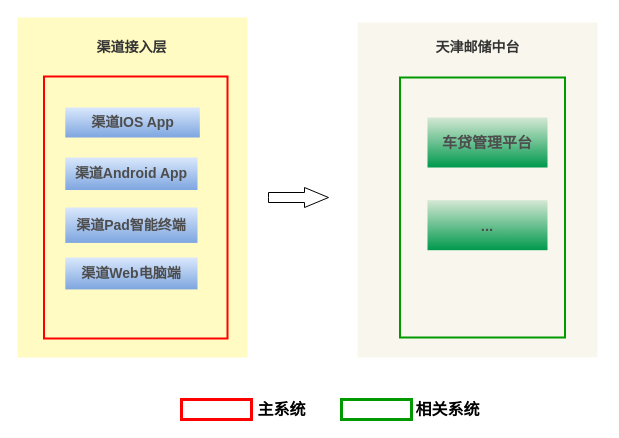
This is Untitled Diagram.drawio from gxhslcww/scala, a draw.io file, before an edit. Source tidied: cells renumbered, new cells numbered last; positions are measured from the earlier drawing's top-left corner, leaving out a move shared by most shapes. Both pictures are drawn from the tidied source at 100%, with x=0, y=0 at pixel (17, 17).
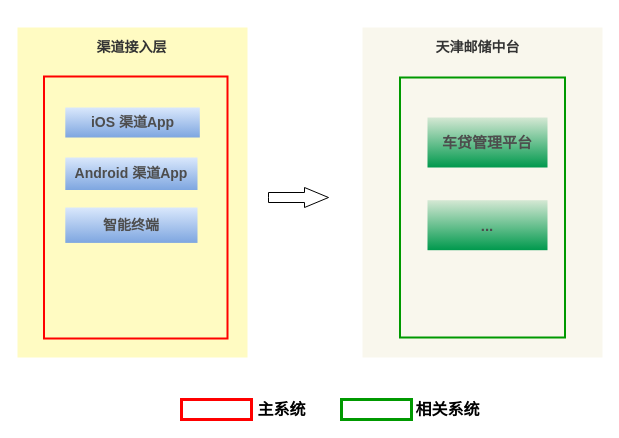
After the change.

Diff of the diagram source:
```diff
@@
 <mxGraphModel>
   <root>
     <mxCell id="0" />
     <mxCell id="1" parent="0" />
     <mxCell id="2" style="verticalLabelPosition=bottom;verticalAlign=top;html=1;shape=mxgraph.basic.rect;fillColor2=none;strokeWidth=1;size=20;indent=5;fillColor=#f9f7ed;strokeColor=none;" parent="1" vertex="1">
-      <mxGeometry x="340" y="5" width="240" height="335" as="geometry" />
+      <mxGeometry x="345" y="10" width="240" height="330" as="geometry" />
     </mxCell>
     <mxCell id="3" style="verticalLabelPosition=bottom;verticalAlign=top;html=1;shape=mxgraph.basic.rect;fillColor2=none;strokeWidth=1;size=20;indent=5;fillColor=#FFFBC2;strokeColor=none;" parent="1" vertex="1">
-      <mxGeometry width="230" height="340" as="geometry" />
+      <mxGeometry y="10" width="230" height="330" as="geometry" />
     </mxCell>
     <mxCell id="4" style="rounded=0;whiteSpace=wrap;html=1;fontSize=14;fillColor=none;strokeColor=#009900;strokeWidth=2;glass=0;shadow=0;sketch=0;" parent="1" vertex="1">
       <mxGeometry x="382.5" y="60" width="165" height="260" as="geometry" />
     </mxCell>
     <mxCell id="5" style="rounded=0;whiteSpace=wrap;html=1;fontSize=14;fontColor=#ffffff;fillColor=none;strokeColor=#FF0000;strokeWidth=2;" parent="1" vertex="1">
       <mxGeometry x="26.5" y="59" width="183.5" height="262" as="geometry" />
     </mxCell>
-    <mxCell id="6" value="&lt;div&gt;&lt;b&gt;&lt;font color=&quot;#4d4d4d&quot; style=&quot;font-size: 14px&quot;&gt;渠道IOS App&lt;/font&gt;&lt;/b&gt;&lt;/div&gt;" style="rounded=0;whiteSpace=wrap;html=1;strokeColor=none;fillColor=#dae8fc;gradientColor=#7ea6e0;align=center;" parent="1" vertex="1">
+    <mxCell id="6" value="&lt;font color=&quot;#4d4d4d&quot;&gt;&lt;span style=&quot;font-size: 14px&quot;&gt;&lt;b&gt;iOS 渠道App&lt;/b&gt;&lt;/span&gt;&lt;/font&gt;" style="rounded=0;whiteSpace=wrap;html=1;strokeColor=none;fillColor=#dae8fc;gradientColor=#7ea6e0;align=center;" parent="1" vertex="1">
       <mxGeometry x="47.8" y="90" width="134.5" height="30" as="geometry" />
     </mxCell>
     <mxCell id="7" value="&lt;font color=&quot;#333333&quot;&gt;渠道接入层&lt;/font&gt;" style="text;html=1;align=center;verticalAlign=middle;strokeColor=none;fillColor=none;fontStyle=1;fontSize=14;" parent="1" vertex="1">
       <mxGeometry x="68.9" y="20" width="90" height="20" as="geometry" />
     </mxCell>
-    <mxCell id="8" value="&lt;b style=&quot;font-size: 14px;&quot;&gt;&lt;font style=&quot;font-size: 14px;&quot;&gt;渠道Pad智能终端&lt;/font&gt;&lt;/b&gt;" style="rounded=0;whiteSpace=wrap;html=1;strokeColor=none;fillColor=#dae8fc;gradientColor=#7ea6e0;fontSize=14;fontColor=#4D4D4D;" parent="1" vertex="1">
+    <mxCell id="8" value="&lt;b&gt;智能终端&lt;/b&gt;" style="rounded=0;whiteSpace=wrap;html=1;strokeColor=none;fillColor=#dae8fc;gradientColor=#7ea6e0;fontSize=14;fontColor=#4D4D4D;" parent="1" vertex="1">
       <mxGeometry x="47.8" y="190" width="132.2" height="35.4" as="geometry" />
     </mxCell>
-    <mxCell id="9" value="&lt;b style=&quot;font-size: 14px;&quot;&gt;&lt;font style=&quot;font-size: 14px;&quot;&gt;渠道Web电脑端&lt;/font&gt;&lt;/b&gt;" style="rounded=0;whiteSpace=wrap;html=1;strokeColor=none;fillColor=#dae8fc;gradientColor=#7ea6e0;fontSize=14;fontColor=#4D4D4D;" parent="1" vertex="1">
-      <mxGeometry x="47.8" y="240" width="132.2" height="31.9" as="geometry" />
-    </mxCell>
     <mxCell id="10" value="&lt;font color=&quot;#333333&quot;&gt;天津邮储中台&lt;/font&gt;" style="text;html=1;align=center;verticalAlign=middle;strokeColor=none;fillColor=none;fontSize=14;fontColor=#2B41FF;fontStyle=1;" parent="1" vertex="1">
       <mxGeometry x="410" y="20" width="100" height="20" as="geometry" />
     </mxCell>
     <mxCell id="11" style="rounded=0;whiteSpace=wrap;html=1;fontSize=14;fontColor=#ffffff;fillColor=#FFFFFF;strokeColor=#FF0000;strokeWidth=3;" parent="1" vertex="1">
       <mxGeometry x="164" y="382" width="70" height="20" as="geometry" />
     </mxCell>
     <mxCell id="12" value="&lt;font color=&quot;#000000&quot; size=&quot;1&quot;&gt;&lt;b style=&quot;font-size: 16px&quot;&gt;主系统&lt;/b&gt;&lt;/font&gt;" style="text;html=1;align=center;verticalAlign=middle;strokeColor=none;fillColor=none;fontSize=14;fontColor=#2B41FF;" parent="1" vertex="1">
       <mxGeometry x="234" y="382" width="60" height="20" as="geometry" />
     </mxCell>
     <mxCell id="13" style="rounded=0;whiteSpace=wrap;html=1;fontSize=14;fontColor=#ffffff;fillColor=#FFFFFF;strokeColor=#009900;strokeWidth=3;" parent="1" vertex="1">
       <mxGeometry x="324" y="382" width="70" height="20" as="geometry" />
     </mxCell>
     <mxCell id="14" value="&lt;font color=&quot;#000000&quot;&gt;&lt;span style=&quot;font-size: 16px&quot;&gt;&lt;b&gt;相关系统&lt;/b&gt;&lt;/span&gt;&lt;/font&gt;" style="text;html=1;align=center;verticalAlign=middle;strokeColor=none;fillColor=none;fontSize=14;fontColor=#2B41FF;" parent="1" vertex="1">
       <mxGeometry x="390" y="382" width="80" height="20" as="geometry" />
     </mxCell>
     <mxCell id="15" value="&lt;b style=&quot;font-size: 15px&quot;&gt;&lt;font color=&quot;#4d4d4d&quot;&gt;车贷管理平台&lt;/font&gt;&lt;/b&gt;" style="rounded=0;whiteSpace=wrap;html=1;fillColor=#d5e8d4;strokeColor=none;fontSize=15;gradientColor=#00994D;" parent="1" vertex="1">
       <mxGeometry x="410" y="100" width="120" height="50" as="geometry" />
     </mxCell>
-    <mxCell id="16" value="&lt;b&gt;&lt;font color=&quot;#4d4d4d&quot; style=&quot;font-size: 14px&quot;&gt;渠道Android App&lt;/font&gt;&lt;/b&gt;" style="rounded=0;whiteSpace=wrap;html=1;strokeColor=none;fillColor=#dae8fc;gradientColor=#7ea6e0;" parent="1" vertex="1">
+    <mxCell id="16" value="&lt;font color=&quot;#4d4d4d&quot;&gt;&lt;span style=&quot;font-size: 14px&quot;&gt;&lt;b&gt;Android 渠道App&lt;/b&gt;&lt;/span&gt;&lt;/font&gt;" style="rounded=0;whiteSpace=wrap;html=1;strokeColor=none;fillColor=#dae8fc;gradientColor=#7ea6e0;" parent="1" vertex="1">
       <mxGeometry x="47.8" y="140" width="132.2" height="32.5" as="geometry" />
     </mxCell>
     <mxCell id="17" style="html=1;shadow=0;dashed=0;align=center;verticalAlign=middle;shape=mxgraph.arrows2.arrow;dy=0.5;dx=24;notch=0;fillColor=none;strokeColor=default;" parent="1" vertex="1">
       <mxGeometry x="251" y="170" width="60" height="20" as="geometry" />
     </mxCell>
     <mxCell id="18" value="&lt;b style=&quot;font-size: 15px&quot;&gt;&lt;font color=&quot;#4d4d4d&quot;&gt;...&lt;/font&gt;&lt;/b&gt;" style="rounded=0;whiteSpace=wrap;html=1;fillColor=#d5e8d4;strokeColor=none;fontSize=15;gradientColor=#00994D;" parent="1" vertex="1">
       <mxGeometry x="410" y="182.7" width="120" height="50" as="geometry" />
     </mxCell>
   </root>
 </mxGraphModel>
```
